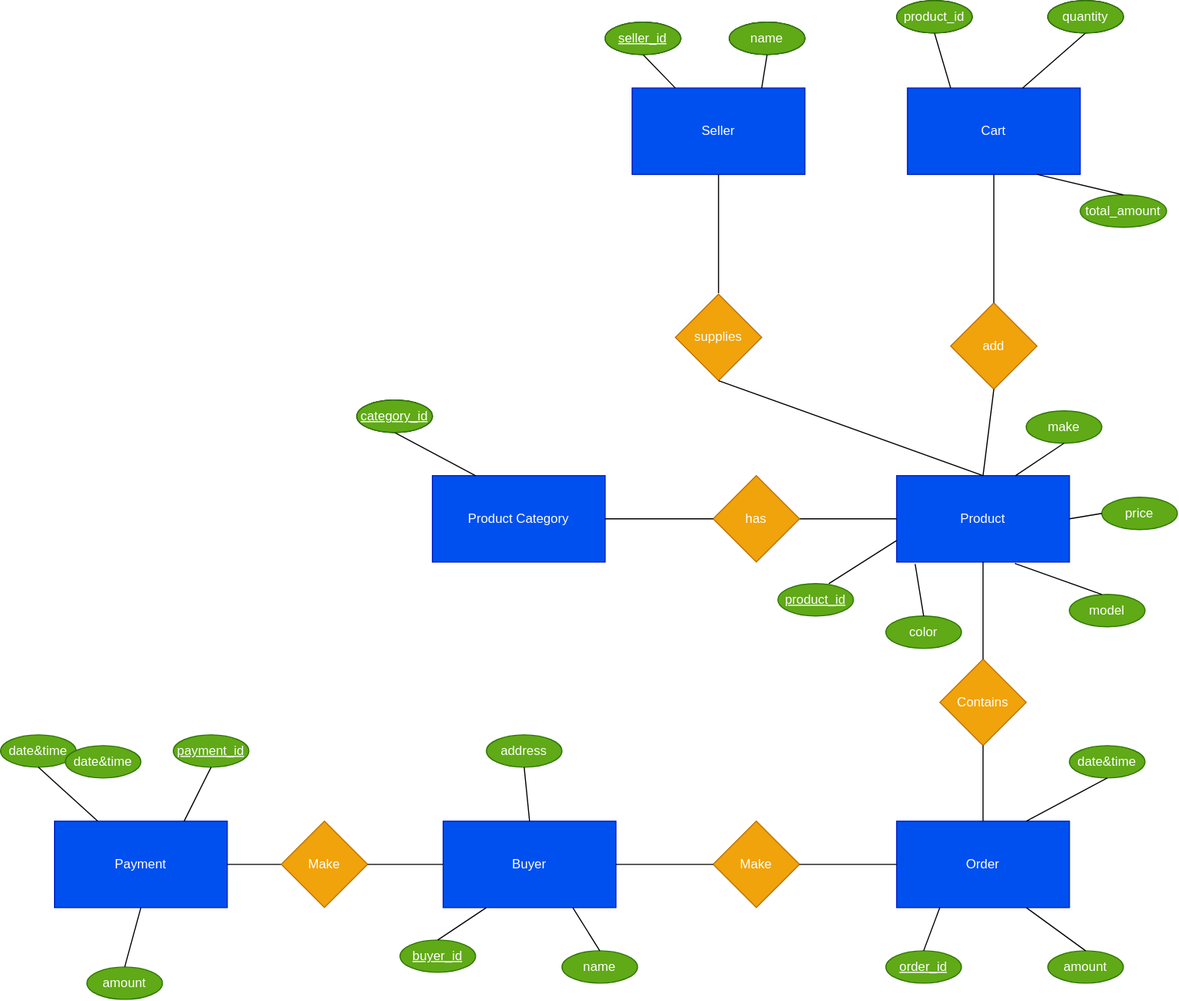
Before: ER_diagram.drawio.svg, a diagram exported from draw.io (Hemakanth1/shopping-cart-system). Source tidied: cells renumbered, new cells last; positions are measured from the earlier drawing's top-left corner, leaving out a move shared by most shapes. The source it was exported from:
```xml
<mxGraphModel>
  <root>
    <mxCell id="0" />
    <mxCell id="1" parent="0" />
    <mxCell id="2" value="Seller" style="rounded=0;whiteSpace=wrap;html=1;fillColor=#0050ef;fontColor=#ffffff;strokeColor=#001DBC;" parent="1" vertex="1">
      <mxGeometry x="585" y="81" width="160" height="80" as="geometry" />
    </mxCell>
    <mxCell id="3" value="Product" style="rounded=0;whiteSpace=wrap;html=1;fillColor=#0050ef;fontColor=#ffffff;strokeColor=#001DBC;" parent="1" vertex="1">
      <mxGeometry x="830" y="440" width="160" height="80" as="geometry" />
    </mxCell>
    <mxCell id="4" value="Product Category" style="rounded=0;whiteSpace=wrap;html=1;fillColor=#0050ef;fontColor=#ffffff;strokeColor=#001DBC;" parent="1" vertex="1">
      <mxGeometry x="400" y="440" width="160" height="80" as="geometry" />
    </mxCell>
    <mxCell id="5" value="Cart" style="rounded=0;whiteSpace=wrap;html=1;fillColor=#0050ef;fontColor=#ffffff;strokeColor=#001DBC;" parent="1" vertex="1">
      <mxGeometry x="840" y="81" width="160" height="80" as="geometry" />
    </mxCell>
    <mxCell id="6" value="Buyer" style="rounded=0;whiteSpace=wrap;html=1;fillColor=#0050ef;fontColor=#ffffff;strokeColor=#001DBC;" parent="1" vertex="1">
      <mxGeometry x="410" y="760" width="160" height="80" as="geometry" />
    </mxCell>
    <mxCell id="7" value="Order" style="rounded=0;whiteSpace=wrap;html=1;fillColor=#0050ef;fontColor=#ffffff;strokeColor=#001DBC;" parent="1" vertex="1">
      <mxGeometry x="830" y="760" width="160" height="80" as="geometry" />
    </mxCell>
    <mxCell id="8" value="Payment" style="rounded=0;whiteSpace=wrap;html=1;fillColor=#0050ef;fontColor=#ffffff;strokeColor=#001DBC;" parent="1" vertex="1">
      <mxGeometry x="50" y="760" width="160" height="80" as="geometry" />
    </mxCell>
    <mxCell id="9" value="&lt;font color=&quot;#ffffff&quot;&gt;Make&lt;/font&gt;" style="rhombus;whiteSpace=wrap;html=1;fontColor=#000000;fillColor=#f0a30a;strokeColor=#BD7000;" parent="1" vertex="1">
      <mxGeometry x="660" y="760" width="80" height="80" as="geometry" />
    </mxCell>
    <mxCell id="10" style="endArrow=none;html=1;fontColor=#FFFFFF;exitX=1;exitY=0.5;exitDx=0;exitDy=0;" parent="1" edge="1" source="6" target="9">
      <mxGeometry relative="1" as="geometry" />
    </mxCell>
    <mxCell id="11" style="endArrow=none;html=1;fontColor=#FFFFFF;exitX=1;exitY=0.5;exitDx=0;exitDy=0;entryX=0;entryY=0.5;entryDx=0;entryDy=0;" parent="1" edge="1" source="9" target="7">
      <mxGeometry relative="1" as="geometry" />
    </mxCell>
    <mxCell id="12" value="&lt;font color=&quot;#ffffff&quot;&gt;Contains&lt;/font&gt;" style="rhombus;whiteSpace=wrap;html=1;fontColor=#000000;fillColor=#f0a30a;strokeColor=#BD7000;" parent="1" vertex="1">
      <mxGeometry x="870" y="610" width="80" height="80" as="geometry" />
    </mxCell>
    <mxCell id="13" style="endArrow=none;html=1;fontColor=#FFFFFF;exitX=0.5;exitY=0;exitDx=0;exitDy=0;entryX=0.5;entryY=1;entryDx=0;entryDy=0;" parent="1" edge="1" source="7" target="12">
      <mxGeometry relative="1" as="geometry" />
    </mxCell>
    <mxCell id="14" style="endArrow=none;html=1;fontColor=#FFFFFF;entryX=0.5;entryY=0;entryDx=0;entryDy=0;exitX=0.5;exitY=1;exitDx=0;exitDy=0;" parent="1" edge="1" source="3" target="12">
      <mxGeometry relative="1" as="geometry" />
    </mxCell>
    <mxCell id="15" style="endArrow=none;html=1;fontColor=#FFFFFF;entryX=0;entryY=0.5;entryDx=0;entryDy=0;" parent="1" edge="1" source="16" target="3">
      <mxGeometry relative="1" as="geometry" />
    </mxCell>
    <mxCell id="16" value="&lt;font color=&quot;#ffffff&quot;&gt;has&lt;/font&gt;" style="rhombus;whiteSpace=wrap;html=1;fontColor=#000000;fillColor=#f0a30a;strokeColor=#BD7000;" parent="1" vertex="1">
      <mxGeometry x="660" y="440" width="80" height="80" as="geometry" />
    </mxCell>
    <mxCell id="17" style="endArrow=none;html=1;fontColor=#FFFFFF;entryX=0;entryY=0.5;entryDx=0;entryDy=0;exitX=1;exitY=0.5;exitDx=0;exitDy=0;" parent="1" edge="1" source="4" target="16">
      <mxGeometry relative="1" as="geometry" />
    </mxCell>
    <mxCell id="18" value="&lt;font color=&quot;#ffffff&quot;&gt;supplies&lt;/font&gt;" style="rhombus;whiteSpace=wrap;html=1;fontColor=#000000;fillColor=#f0a30a;strokeColor=#BD7000;" parent="1" vertex="1">
      <mxGeometry x="625" y="272" width="80" height="80" as="geometry" />
    </mxCell>
    <mxCell id="19" style="endArrow=none;html=1;fontColor=#FFFFFF;exitX=0.5;exitY=1;exitDx=0;exitDy=0;entryX=0.5;entryY=0;entryDx=0;entryDy=0;" parent="1" edge="1" source="2">
      <mxGeometry relative="1" as="geometry">
        <mxPoint x="665" y="271" as="targetPoint" />
      </mxGeometry>
    </mxCell>
    <mxCell id="20" style="endArrow=none;html=1;fontColor=#FFFFFF;exitX=0.5;exitY=1;exitDx=0;exitDy=0;entryX=0.5;entryY=0;entryDx=0;entryDy=0;" parent="1" edge="1" source="18" target="3">
      <mxGeometry relative="1" as="geometry" />
    </mxCell>
    <mxCell id="21" value="&lt;font color=&quot;#ffffff&quot;&gt;add&lt;/font&gt;" style="rhombus;whiteSpace=wrap;html=1;fontColor=#000000;fillColor=#f0a30a;strokeColor=#BD7000;" parent="1" vertex="1">
      <mxGeometry x="880" y="280" width="80" height="80" as="geometry" />
    </mxCell>
    <mxCell id="22" style="endArrow=none;html=1;fontColor=#FFFFFF;exitX=0.5;exitY=1;exitDx=0;exitDy=0;entryX=0.5;entryY=0;entryDx=0;entryDy=0;" parent="1" edge="1" source="5" target="21">
      <mxGeometry relative="1" as="geometry" />
    </mxCell>
    <mxCell id="23" style="endArrow=none;html=1;fontColor=#FFFFFF;entryX=0.5;entryY=1;entryDx=0;entryDy=0;exitX=0.5;exitY=0;exitDx=0;exitDy=0;" parent="1" edge="1" source="3" target="21">
      <mxGeometry relative="1" as="geometry" />
    </mxCell>
    <mxCell id="24" style="endArrow=none;html=1;fontColor=#FFFFFF;exitX=1;exitY=0.5;exitDx=0;exitDy=0;entryX=0;entryY=0.5;entryDx=0;entryDy=0;" parent="1" edge="1" source="8" target="25">
      <mxGeometry relative="1" as="geometry" />
    </mxCell>
    <mxCell id="25" value="&lt;font color=&quot;#ffffff&quot;&gt;Make&lt;/font&gt;" style="rhombus;whiteSpace=wrap;html=1;fontColor=#000000;fillColor=#f0a30a;strokeColor=#BD7000;" parent="1" vertex="1">
      <mxGeometry x="260" y="760" width="80" height="80" as="geometry" />
    </mxCell>
    <mxCell id="26" style="endArrow=none;html=1;fontColor=#FFFFFF;exitX=1;exitY=0.5;exitDx=0;exitDy=0;entryX=0;entryY=0.5;entryDx=0;entryDy=0;" parent="1" edge="1" source="25" target="6">
      <mxGeometry relative="1" as="geometry" />
    </mxCell>
    <mxCell id="27" value="color" style="ellipse;whiteSpace=wrap;html=1;fontColor=#ffffff;fillColor=#60a917;strokeColor=#2D7600;" parent="1" vertex="1">
      <mxGeometry x="820" y="570" width="70" height="30" as="geometry" />
    </mxCell>
    <mxCell id="28" value="price" style="ellipse;whiteSpace=wrap;html=1;fontColor=#ffffff;fillColor=#60a917;strokeColor=#2D7600;" parent="1" vertex="1">
      <mxGeometry x="1020" y="460" width="70" height="30" as="geometry" />
    </mxCell>
    <mxCell id="29" value="make" style="ellipse;whiteSpace=wrap;html=1;fontColor=#ffffff;fillColor=#60a917;strokeColor=#2D7600;" parent="1" vertex="1">
      <mxGeometry x="950" y="380" width="70" height="30" as="geometry" />
    </mxCell>
    <mxCell id="30" value="model" style="ellipse;whiteSpace=wrap;html=1;fontColor=#ffffff;fillColor=#60a917;strokeColor=#2D7600;" parent="1" vertex="1">
      <mxGeometry x="990" y="550" width="70" height="30" as="geometry" />
    </mxCell>
    <mxCell id="31" style="endArrow=none;html=1;fontColor=#FFFFFF;exitX=0.5;exitY=0;exitDx=0;exitDy=0;entryX=0.107;entryY=1.023;entryDx=0;entryDy=0;entryPerimeter=0;" parent="1" edge="1" source="27" target="3">
      <mxGeometry relative="1" as="geometry" />
    </mxCell>
    <mxCell id="32" style="endArrow=none;html=1;fontColor=#FFFFFF;exitX=0.429;exitY=0;exitDx=0;exitDy=0;exitPerimeter=0;entryX=0.684;entryY=1.017;entryDx=0;entryDy=0;entryPerimeter=0;" parent="1" edge="1" source="30" target="3">
      <mxGeometry relative="1" as="geometry" />
    </mxCell>
    <mxCell id="33" style="endArrow=none;html=1;fontColor=#FFFFFF;entryX=0;entryY=0.5;entryDx=0;entryDy=0;exitX=1;exitY=0.5;exitDx=0;exitDy=0;" parent="1" edge="1" source="3" target="28">
      <mxGeometry relative="1" as="geometry" />
    </mxCell>
    <mxCell id="34" style="endArrow=none;html=1;fontColor=#FFFFFF;entryX=0.5;entryY=1;entryDx=0;entryDy=0;" parent="1" edge="1" target="29">
      <mxGeometry relative="1" as="geometry">
        <mxPoint x="940" y="440" as="sourcePoint" />
      </mxGeometry>
    </mxCell>
    <mxCell id="35" value="&lt;u&gt;product_id&lt;/u&gt;" style="ellipse;whiteSpace=wrap;html=1;fontColor=#ffffff;fillColor=#60a917;strokeColor=#2D7600;" parent="1" vertex="1">
      <mxGeometry x="720" y="540" width="70" height="30" as="geometry" />
    </mxCell>
    <mxCell id="36" style="endArrow=none;html=1;fontColor=#FFFFFF;exitX=0.673;exitY=0;exitDx=0;exitDy=0;exitPerimeter=0;entryX=0;entryY=0.75;entryDx=0;entryDy=0;" parent="1" edge="1" source="35" target="3">
      <mxGeometry relative="1" as="geometry" />
    </mxCell>
    <mxCell id="37" value="&lt;u&gt;buyer_id&lt;/u&gt;" style="ellipse;whiteSpace=wrap;html=1;fontColor=#ffffff;fillColor=#60a917;strokeColor=#2D7600;" parent="1" vertex="1">
      <mxGeometry x="370" y="870" width="70" height="30" as="geometry" />
    </mxCell>
    <mxCell id="38" value="name" style="ellipse;whiteSpace=wrap;html=1;fontColor=#ffffff;fillColor=#60a917;strokeColor=#2D7600;" parent="1" vertex="1">
      <mxGeometry x="520" y="880" width="70" height="30" as="geometry" />
    </mxCell>
    <mxCell id="39" value="address" style="ellipse;whiteSpace=wrap;html=1;fontColor=#ffffff;fillColor=#60a917;strokeColor=#2D7600;" parent="1" vertex="1">
      <mxGeometry x="450" y="680" width="70" height="30" as="geometry" />
    </mxCell>
    <mxCell id="40" style="endArrow=none;html=1;fontColor=#FFFFFF;exitX=0.5;exitY=0;exitDx=0;exitDy=0;entryX=0.75;entryY=1;entryDx=0;entryDy=0;" parent="1" edge="1" source="38" target="6">
      <mxGeometry relative="1" as="geometry" />
    </mxCell>
    <mxCell id="41" style="endArrow=none;html=1;fontColor=#FFFFFF;exitX=0.5;exitY=0;exitDx=0;exitDy=0;entryX=0.25;entryY=1;entryDx=0;entryDy=0;" parent="1" edge="1" source="37" target="6">
      <mxGeometry relative="1" as="geometry" />
    </mxCell>
    <mxCell id="42" style="endArrow=none;html=1;fontColor=#FFFFFF;exitX=0.5;exitY=1;exitDx=0;exitDy=0;entryX=0.5;entryY=0;entryDx=0;entryDy=0;" parent="1" edge="1" source="39" target="6">
      <mxGeometry relative="1" as="geometry" />
    </mxCell>
    <mxCell id="43" value="&lt;u&gt;order_id&lt;/u&gt;" style="ellipse;whiteSpace=wrap;html=1;fontColor=#ffffff;fillColor=#60a917;strokeColor=#2D7600;" parent="1" vertex="1">
      <mxGeometry x="820" y="880" width="70" height="30" as="geometry" />
    </mxCell>
    <mxCell id="44" value="amount" style="ellipse;whiteSpace=wrap;html=1;fontColor=#ffffff;fillColor=#60a917;strokeColor=#2D7600;" parent="1" vertex="1">
      <mxGeometry x="970" y="880" width="70" height="30" as="geometry" />
    </mxCell>
    <mxCell id="45" style="endArrow=none;html=1;fontColor=#FFFFFF;exitX=0.5;exitY=0;exitDx=0;exitDy=0;entryX=0.25;entryY=1;entryDx=0;entryDy=0;" parent="1" edge="1" source="43" target="7">
      <mxGeometry relative="1" as="geometry" />
    </mxCell>
    <mxCell id="46" style="endArrow=none;html=1;fontColor=#FFFFFF;exitX=0.5;exitY=0;exitDx=0;exitDy=0;entryX=0.75;entryY=1;entryDx=0;entryDy=0;" parent="1" edge="1" source="44" target="7">
      <mxGeometry relative="1" as="geometry" />
    </mxCell>
    <mxCell id="47" value="date&amp;amp;time" style="ellipse;whiteSpace=wrap;html=1;fontColor=#ffffff;fillColor=#60a917;strokeColor=#2D7600;" parent="1" vertex="1">
      <mxGeometry x="990" y="690" width="70" height="30" as="geometry" />
    </mxCell>
    <mxCell id="48" style="endArrow=none;html=1;fontColor=#FFFFFF;entryX=0.5;entryY=1;entryDx=0;entryDy=0;exitX=0.75;exitY=0;exitDx=0;exitDy=0;" parent="1" edge="1" source="7" target="47">
      <mxGeometry relative="1" as="geometry" />
    </mxCell>
    <mxCell id="49" value="date&amp;amp;time" style="ellipse;whiteSpace=wrap;html=1;fillColor=#60a917;strokeColor=#2D7600;fontColor=#ffffff;" parent="1" vertex="1">
      <mxGeometry y="680" width="70" height="30" as="geometry" />
    </mxCell>
    <mxCell id="50" value="&lt;u&gt;payment_id&lt;/u&gt;" style="ellipse;whiteSpace=wrap;html=1;fontColor=#ffffff;fillColor=#60a917;strokeColor=#2D7600;" parent="1" vertex="1">
      <mxGeometry x="160" y="680" width="70" height="30" as="geometry" />
    </mxCell>
    <mxCell id="51" value="amount" style="ellipse;whiteSpace=wrap;html=1;fontColor=#ffffff;fillColor=#60a917;strokeColor=#2D7600;" parent="1" vertex="1">
      <mxGeometry x="80" y="895" width="70" height="30" as="geometry" />
    </mxCell>
    <mxCell id="52" style="endArrow=none;html=1;fontColor=#FFFFFF;exitX=0.5;exitY=0;exitDx=0;exitDy=0;entryX=0.5;entryY=1;entryDx=0;entryDy=0;" parent="1" edge="1" source="51" target="8">
      <mxGeometry relative="1" as="geometry" />
    </mxCell>
    <mxCell id="53" style="endArrow=none;html=1;fontColor=#FFFFFF;entryX=0.5;entryY=1;entryDx=0;entryDy=0;exitX=0.75;exitY=0;exitDx=0;exitDy=0;" parent="1" edge="1" source="8" target="50">
      <mxGeometry relative="1" as="geometry" />
    </mxCell>
    <mxCell id="54" style="endArrow=none;html=1;fontColor=#FFFFFF;entryX=0.5;entryY=1;entryDx=0;entryDy=0;exitX=0.25;exitY=0;exitDx=0;exitDy=0;" parent="1" edge="1" source="8" target="49">
      <mxGeometry relative="1" as="geometry" />
    </mxCell>
    <mxCell id="55" value="date&amp;amp;time" style="ellipse;whiteSpace=wrap;html=1;fontColor=#ffffff;fillColor=#60a917;strokeColor=#2D7600;" parent="1" vertex="1">
      <mxGeometry x="60" y="690" width="70" height="30" as="geometry" />
    </mxCell>
    <mxCell id="56" value="&lt;u&gt;seller_id&lt;/u&gt;" style="ellipse;whiteSpace=wrap;html=1;fontColor=#FFFFFF;" parent="1" vertex="1">
      <mxGeometry x="560" y="20" width="70" height="30" as="geometry" />
    </mxCell>
    <mxCell id="57" value="name" style="ellipse;whiteSpace=wrap;html=1;fontColor=#FFFFFF;" parent="1" vertex="1">
      <mxGeometry x="675" y="20" width="70" height="30" as="geometry" />
    </mxCell>
    <mxCell id="58" style="endArrow=none;html=1;fontColor=#FFFFFF;exitX=0.5;exitY=1;exitDx=0;exitDy=0;entryX=0.25;entryY=0;entryDx=0;entryDy=0;" parent="1" edge="1" source="56" target="2">
      <mxGeometry relative="1" as="geometry" />
    </mxCell>
    <mxCell id="59" style="endArrow=none;html=1;fontColor=#FFFFFF;entryX=0.5;entryY=1;entryDx=0;entryDy=0;exitX=0.75;exitY=0;exitDx=0;exitDy=0;" parent="1" edge="1" source="2" target="57">
      <mxGeometry relative="1" as="geometry" />
    </mxCell>
    <mxCell id="60" value="product_id" style="ellipse;whiteSpace=wrap;html=1;fontColor=#FFFFFF;" parent="1" vertex="1">
      <mxGeometry x="830" width="70" height="30" as="geometry" />
    </mxCell>
    <mxCell id="61" value="quantity" style="ellipse;whiteSpace=wrap;html=1;fontColor=#FFFFFF;" parent="1" vertex="1">
      <mxGeometry x="970" width="70" height="30" as="geometry" />
    </mxCell>
    <mxCell id="62" value="total_amount" style="ellipse;whiteSpace=wrap;html=1;fontColor=#ffffff;fillColor=#60a917;strokeColor=#2D7600;" parent="1" vertex="1">
      <mxGeometry x="1000" y="180" width="80" height="30" as="geometry" />
    </mxCell>
    <mxCell id="63" style="endArrow=none;html=1;fontColor=#FFFFFF;entryX=0.5;entryY=1;entryDx=0;entryDy=0;exitX=0.25;exitY=0;exitDx=0;exitDy=0;" parent="1" edge="1" source="5" target="60">
      <mxGeometry relative="1" as="geometry" />
    </mxCell>
    <mxCell id="64" style="endArrow=none;html=1;fontColor=#FFFFFF;entryX=0.5;entryY=1;entryDx=0;entryDy=0;exitX=0.665;exitY=0.004;exitDx=0;exitDy=0;exitPerimeter=0;" parent="1" edge="1" source="5" target="61">
      <mxGeometry relative="1" as="geometry" />
    </mxCell>
    <mxCell id="65" style="endArrow=none;html=1;fontColor=#FFFFFF;entryX=0.5;entryY=0;entryDx=0;entryDy=0;exitX=0.75;exitY=1;exitDx=0;exitDy=0;" parent="1" edge="1" source="5" target="62">
      <mxGeometry relative="1" as="geometry" />
    </mxCell>
    <mxCell id="66" value="&lt;u&gt;category_id&lt;/u&gt;" style="ellipse;whiteSpace=wrap;html=1;fontColor=#FFFFFF;" parent="1" vertex="1">
      <mxGeometry x="330" y="370" width="70" height="30" as="geometry" />
    </mxCell>
    <mxCell id="67" style="endArrow=none;html=1;fontColor=#FFFFFF;exitX=0.5;exitY=1;exitDx=0;exitDy=0;entryX=0.25;entryY=0;entryDx=0;entryDy=0;" parent="1" edge="1" source="66" target="4">
      <mxGeometry relative="1" as="geometry" />
    </mxCell>
    <mxCell id="68" value="&lt;u&gt;category_id&lt;/u&gt;" style="ellipse;whiteSpace=wrap;html=1;fontColor=#ffffff;fillColor=#60a917;strokeColor=#2D7600;" parent="1" vertex="1">
      <mxGeometry x="330" y="370" width="70" height="30" as="geometry" />
    </mxCell>
    <mxCell id="69" value="&lt;u&gt;seller_id&lt;/u&gt;" style="ellipse;whiteSpace=wrap;html=1;fontColor=#ffffff;fillColor=#60a917;strokeColor=#2D7600;" parent="1" vertex="1">
      <mxGeometry x="560" y="20" width="70" height="30" as="geometry" />
    </mxCell>
    <mxCell id="70" value="name" style="ellipse;whiteSpace=wrap;html=1;fontColor=#ffffff;fillColor=#60a917;strokeColor=#2D7600;" parent="1" vertex="1">
      <mxGeometry x="675" y="20" width="70" height="30" as="geometry" />
    </mxCell>
    <mxCell id="71" value="product_id" style="ellipse;whiteSpace=wrap;html=1;fontColor=#ffffff;fillColor=#60a917;strokeColor=#2D7600;" parent="1" vertex="1">
      <mxGeometry x="830" width="70" height="30" as="geometry" />
    </mxCell>
    <mxCell id="72" value="quantity" style="ellipse;whiteSpace=wrap;html=1;fontColor=#ffffff;fillColor=#60a917;strokeColor=#2D7600;" parent="1" vertex="1">
      <mxGeometry x="970" width="70" height="30" as="geometry" />
    </mxCell>
  </root>
</mxGraphModel>
```
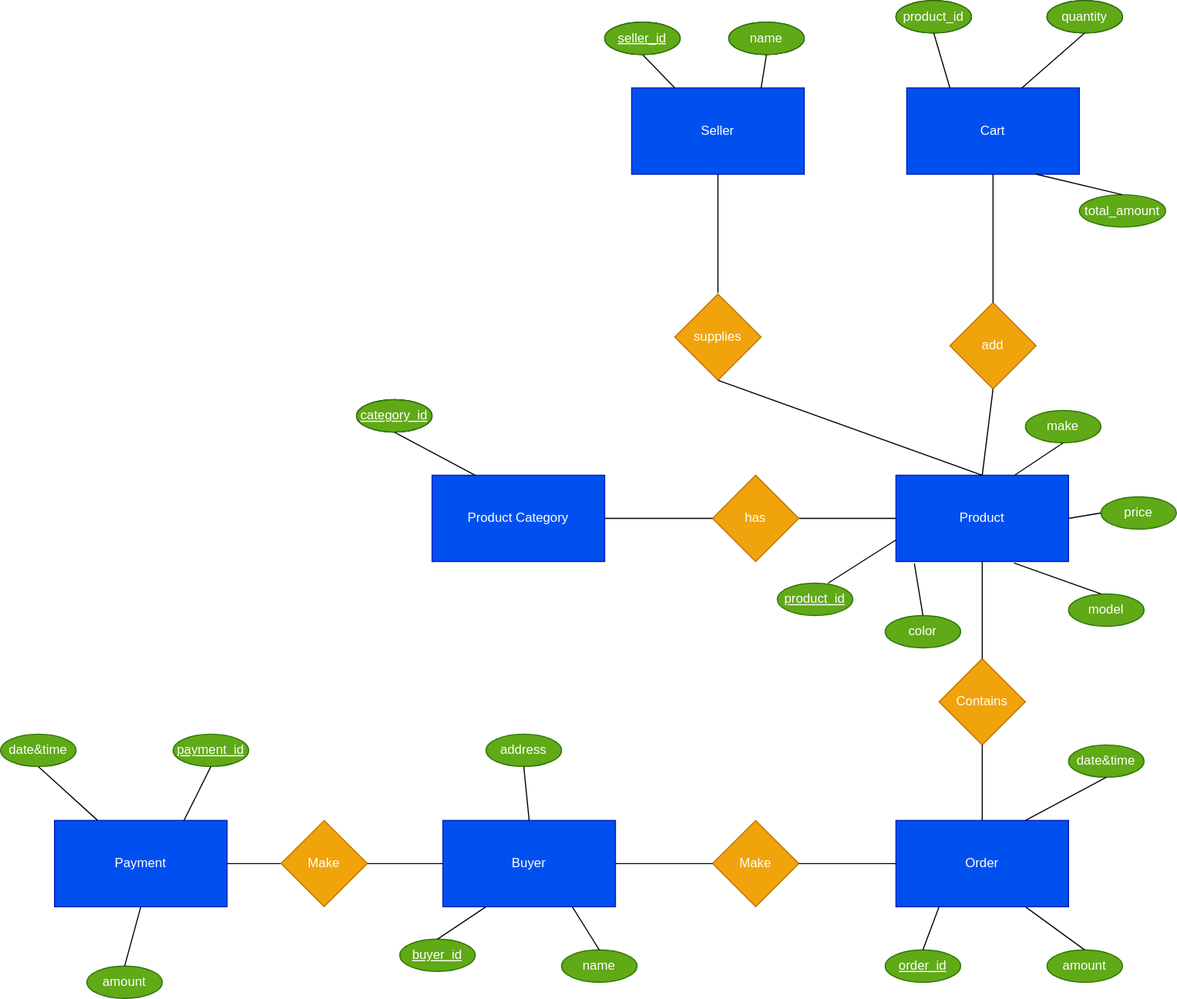
The same file after the commit.

Diff of the diagram source:
```diff
@@ -165,9 +165,6 @@
     <mxCell id="54" style="endArrow=none;html=1;fontColor=#FFFFFF;entryX=0.5;entryY=1;entryDx=0;entryDy=0;exitX=0.25;exitY=0;exitDx=0;exitDy=0;" parent="1" edge="1" source="8" target="49">
       <mxGeometry relative="1" as="geometry" />
     </mxCell>
-    <mxCell id="55" value="date&amp;amp;time" style="ellipse;whiteSpace=wrap;html=1;fontColor=#ffffff;fillColor=#60a917;strokeColor=#2D7600;" parent="1" vertex="1">
-      <mxGeometry x="60" y="690" width="70" height="30" as="geometry" />
-    </mxCell>
     <mxCell id="56" value="&lt;u&gt;seller_id&lt;/u&gt;" style="ellipse;whiteSpace=wrap;html=1;fontColor=#FFFFFF;" parent="1" vertex="1">
       <mxGeometry x="560" y="20" width="70" height="30" as="geometry" />
     </mxCell>
```
